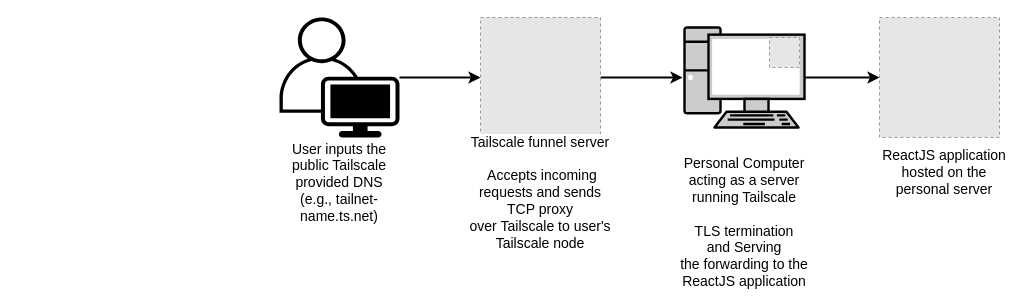
This is my-personal-website/tailscale_arch.drawio from karthikgk97/personal-website, a draw.io file, before an edit. Source tidied: cells renumbered, new cells numbered last; positions are measured from the earlier drawing's top-left corner, leaving out a move shared by most shapes. Both pictures are drawn from the tidied source at 100%, with x=0, y=0 at pixel (279, 17). Pictures stored in the file or linked from it are replaced by grey dashed boxes.
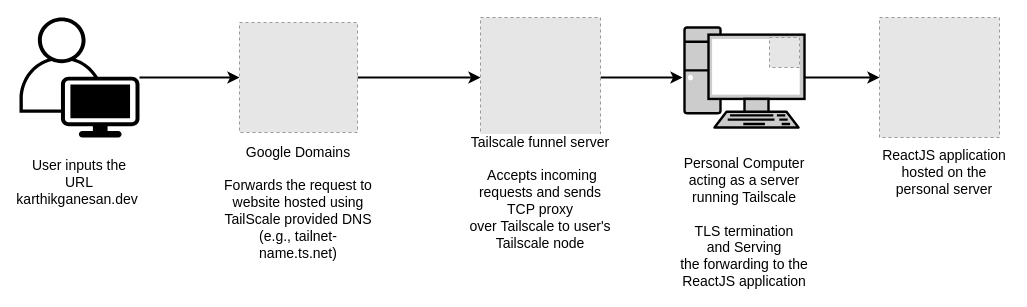
The same diagram, later.

Diff of the diagram source:
```diff
@@
 <mxGraphModel>
   <root>
     <mxCell id="0" />
     <mxCell id="1" parent="0" />
-    <mxCell id="2" style="edgeStyle=orthogonalEdgeStyle;rounded=0;jettySize=auto;html=1;entryX=0;entryY=0.5;entryDx=0;entryDy=0;strokeWidth=2;" parent="1" edge="1" source="3" target="6">
+    <mxCell id="2" style="edgeStyle=orthogonalEdgeStyle;rounded=0;jettySize=auto;html=1;entryX=0;entryY=0.5;entryDx=0;entryDy=0;strokeWidth=2;" parent="1" edge="1" source="15" target="6">
       <mxGeometry relative="1" as="geometry" />
     </mxCell>
     <mxCell id="3" style="points=[[0.35,0,0],[0.98,0.51,0],[1,0.71,0],[0.67,1,0],[0,0.795,0],[0,0.65,0]];verticalLabelPosition=bottom;sketch=0;html=1;verticalAlign=top;align=center;shape=mxgraph.cisco19.user;fillColor=#000000;strokeColor=none;strokeWidth=2;" parent="1" vertex="1">
-      <mxGeometry width="120" height="120" as="geometry" />
+      <mxGeometry x="-260" width="120" height="120" as="geometry" />
     </mxCell>
-    <mxCell id="4" value="User inputs the public Tailscale provided DNS (e.g., tailnet-name.ts.net)" style="text;html=1;strokeColor=none;fillColor=none;align=center;verticalAlign=middle;whiteSpace=wrap;rounded=0;fontSize=14;strokeWidth=2;" parent="1" vertex="1">
-      <mxGeometry y="150" width="120" height="30" as="geometry" />
+    <mxCell id="4" value="User inputs the URL karthikganesan.dev&amp;nbsp;" style="text;html=1;strokeColor=none;fillColor=none;align=center;verticalAlign=middle;whiteSpace=wrap;rounded=0;fontSize=14;strokeWidth=2;" parent="1" vertex="1">
+      <mxGeometry x="-260" y="150" width="120" height="30" as="geometry" />
     </mxCell>
     <mxCell id="5" style="edgeStyle=orthogonalEdgeStyle;rounded=0;jettySize=auto;html=1;entryX=-0.017;entryY=0.5;entryDx=0;entryDy=0;entryPerimeter=0;strokeWidth=2;" parent="1" edge="1" source="6">
       <mxGeometry relative="1" as="geometry">
         <mxPoint x="403" y="60" as="targetPoint" />
       </mxGeometry>
     </mxCell>
     <mxCell id="6" style="fillColor=#E6E6E6;strokeColor=#999999;dashed=1;verticalLabelPosition=bottom;labelBackgroundColor=default;verticalAlign=top;" parent="1" vertex="1">
       <mxGeometry x="201" width="120" height="120" as="geometry" />
     </mxCell>
     <mxCell id="7" value="&lt;span style=&quot;background-color: rgb(255, 255, 255); font-size: 14px;&quot;&gt;Tailscale funnel server&lt;br&gt;&lt;br&gt;&amp;nbsp;Accepts incoming requests&amp;nbsp;&lt;span style=&quot;border: 0px solid rgb(217, 217, 227); box-sizing: border-box; --tw-border-spacing-x:0; --tw-border-spacing-y:0; --tw-translate-x:0; --tw-translate-y:0; --tw-rotate:0; --tw-skew-x:0; --tw-skew-y:0; --tw-scale-x:1; --tw-scale-y:1; --tw-pan-x: ; --tw-pan-y: ; --tw-pinch-zoom: ; --tw-scroll-snap-strictness:proximity; --tw-gradient-from-position: ; --tw-gradient-via-position: ; --tw-gradient-to-position: ; --tw-ordinal: ; --tw-slashed-zero: ; --tw-numeric-figure: ; --tw-numeric-spacing: ; --tw-numeric-fraction: ; --tw-ring-inset: ; --tw-ring-offset-width:0px; --tw-ring-offset-color:#fff; --tw-ring-color:rgba(69,89,164,0.5); --tw-ring-offset-shadow:0 0 transparent; --tw-ring-shadow:0 0 transparent; --tw-shadow:0 0 transparent; --tw-shadow-colored:0 0 transparent; --tw-blur: ; --tw-brightness: ; --tw-contrast: ; --tw-grayscale: ; --tw-hue-rotate: ; --tw-invert: ; --tw-saturate: ; --tw-sepia: ; --tw-drop-shadow: ; --tw-backdrop-blur: ; --tw-backdrop-brightness: ; --tw-backdrop-contrast: ; --tw-backdrop-grayscale: ; --tw-backdrop-hue-rotate: ; --tw-backdrop-invert: ; --tw-backdrop-opacity: ; --tw-backdrop-saturate: ; --tw-backdrop-sepia: ; text-align: left;&quot; class=&quot;hljs-keyword&quot;&gt;and&lt;/span&gt;&lt;span style=&quot;text-align: left;&quot;&gt; sends TCP proxy over&amp;nbsp;Tailscale to use&lt;/span&gt;&lt;span style=&quot;border: 0px solid rgb(217, 217, 227); box-sizing: border-box; --tw-border-spacing-x:0; --tw-border-spacing-y:0; --tw-translate-x:0; --tw-translate-y:0; --tw-rotate:0; --tw-skew-x:0; --tw-skew-y:0; --tw-scale-x:1; --tw-scale-y:1; --tw-pan-x: ; --tw-pan-y: ; --tw-pinch-zoom: ; --tw-scroll-snap-strictness:proximity; --tw-gradient-from-position: ; --tw-gradient-via-position: ; --tw-gradient-to-position: ; --tw-ordinal: ; --tw-slashed-zero: ; --tw-numeric-figure: ; --tw-numeric-spacing: ; --tw-numeric-fraction: ; --tw-ring-inset: ; --tw-ring-offset-width:0px; --tw-ring-offset-color:#fff; --tw-ring-color:rgba(69,89,164,0.5); --tw-ring-offset-shadow:0 0 transparent; --tw-ring-shadow:0 0 transparent; --tw-shadow:0 0 transparent; --tw-shadow-colored:0 0 transparent; --tw-blur: ; --tw-brightness: ; --tw-contrast: ; --tw-grayscale: ; --tw-hue-rotate: ; --tw-invert: ; --tw-saturate: ; --tw-sepia: ; --tw-drop-shadow: ; --tw-backdrop-blur: ; --tw-backdrop-brightness: ; --tw-backdrop-contrast: ; --tw-backdrop-grayscale: ; --tw-backdrop-hue-rotate: ; --tw-backdrop-invert: ; --tw-backdrop-opacity: ; --tw-backdrop-saturate: ; --tw-backdrop-sepia: ; text-align: left;&quot; class=&quot;hljs-string&quot;&gt;r's Tailscale&amp;nbsp;node     &lt;/span&gt;&lt;/span&gt;" style="text;html=1;strokeColor=none;fillColor=none;align=center;verticalAlign=middle;whiteSpace=wrap;rounded=0;strokeWidth=2;" parent="1" vertex="1">
       <mxGeometry x="186" y="160" width="150" height="30" as="geometry" />
     </mxCell>
     <mxCell id="8" value="&lt;font style=&quot;font-size: 14px;&quot;&gt;Personal Computer acting as a server running Tailscale&lt;br&gt;&lt;br&gt;TLS termination &lt;span style=&quot;border: 0px solid rgb(217, 217, 227); box-sizing: border-box; --tw-border-spacing-x:0; --tw-border-spacing-y:0; --tw-translate-x:0; --tw-translate-y:0; --tw-rotate:0; --tw-skew-x:0; --tw-skew-y:0; --tw-scale-x:1; --tw-scale-y:1; --tw-pan-x: ; --tw-pan-y: ; --tw-pinch-zoom: ; --tw-scroll-snap-strictness:proximity; --tw-gradient-from-position: ; --tw-gradient-via-position: ; --tw-gradient-to-position: ; --tw-ordinal: ; --tw-slashed-zero: ; --tw-numeric-figure: ; --tw-numeric-spacing: ; --tw-numeric-fraction: ; --tw-ring-inset: ; --tw-ring-offset-width:0px; --tw-ring-offset-color:#fff; --tw-ring-color:rgba(69,89,164,0.5); --tw-ring-offset-shadow:0 0 transparent; --tw-ring-shadow:0 0 transparent; --tw-shadow:0 0 transparent; --tw-shadow-colored:0 0 transparent; --tw-blur: ; --tw-brightness: ; --tw-contrast: ; --tw-grayscale: ; --tw-hue-rotate: ; --tw-invert: ; --tw-saturate: ; --tw-sepia: ; --tw-drop-shadow: ; --tw-backdrop-blur: ; --tw-backdrop-brightness: ; --tw-backdrop-contrast: ; --tw-backdrop-grayscale: ; --tw-backdrop-hue-rotate: ; --tw-backdrop-invert: ; --tw-backdrop-opacity: ; --tw-backdrop-saturate: ; --tw-backdrop-sepia: ; text-align: left;&quot; class=&quot;hljs-keyword&quot;&gt;and&lt;/span&gt;&lt;span style=&quot;text-align: left;&quot;&gt;&amp;nbsp;Serving the&amp;nbsp;forwarding to the ReactJS application&lt;/span&gt;&lt;br&gt;&lt;/font&gt;" style="text;html=1;strokeColor=none;fillColor=none;align=center;verticalAlign=middle;whiteSpace=wrap;rounded=0;strokeWidth=2;" parent="1" vertex="1">
       <mxGeometry x="400" y="190" width="130" height="30" as="geometry" />
     </mxCell>
     <mxCell id="9" style="fillColor=#E6E6E6;strokeColor=#999999;dashed=1;html=1;verticalAlign=top;verticalLabelPosition=bottom;labelBackgroundColor=#ffffff;" parent="1" vertex="1">
       <mxGeometry x="600" width="120" height="120" as="geometry" />
     </mxCell>
     <mxCell id="10" value="&lt;font style=&quot;font-size: 14px;&quot;&gt;ReactJS application hosted on the personal server&lt;/font&gt;" style="text;html=1;strokeColor=none;fillColor=none;align=center;verticalAlign=middle;whiteSpace=wrap;rounded=0;strokeWidth=2;" parent="1" vertex="1">
       <mxGeometry x="600" y="140" width="130" height="30" as="geometry" />
     </mxCell>
     <mxCell id="11" style="edgeStyle=orthogonalEdgeStyle;rounded=0;jettySize=auto;html=1;entryX=0;entryY=0.5;entryDx=0;entryDy=0;strokeWidth=2;" parent="1" edge="1" source="12" target="9">
       <mxGeometry relative="1" as="geometry" />
     </mxCell>
     <mxCell id="12" style="fontColor=#0066CC;verticalAlign=top;verticalLabelPosition=bottom;labelPosition=center;align=center;html=1;outlineConnect=0;fillColor=#CCCCCC;strokeColor=#000000;gradientColor=none;gradientDirection=north;strokeWidth=2;shape=mxgraph.networks.pc;" parent="1" vertex="1">
       <mxGeometry x="405" y="10" width="120" height="100" as="geometry" />
     </mxCell>
     <mxCell id="13" style="fillColor=#E6E6E6;strokeColor=#999999;dashed=1;verticalLabelPosition=bottom;labelBackgroundColor=default;verticalAlign=top;rotation=0;" parent="1" vertex="1">
       <mxGeometry x="490" y="20" width="30" height="30" as="geometry" />
     </mxCell>
+    <mxCell id="14" style="edgeStyle=orthogonalEdgeStyle;rounded=0;jettySize=auto;html=1;entryX=0;entryY=0.5;entryDx=0;entryDy=0;strokeWidth=2;" parent="1" edge="1" source="3" target="15">
+      <mxGeometry relative="1" as="geometry" />
+    </mxCell>
+    <mxCell id="15" style="fillColor=#E6E6E6;strokeColor=#999999;dashed=1;verticalLabelPosition=bottom;labelBackgroundColor=default;verticalAlign=top;" parent="1" vertex="1">
+      <mxGeometry x="-40" y="5" width="118" height="110" as="geometry" />
+    </mxCell>
+    <mxCell id="16" value="Google Domains &lt;br&gt;&lt;br&gt;Forwards the request to website hosted using TailScale provided DNS (e.g., tailnet-name.ts.net)" style="text;html=1;strokeColor=none;fillColor=none;align=center;verticalAlign=middle;whiteSpace=wrap;rounded=0;fontSize=14;" parent="1" vertex="1">
+      <mxGeometry x="-56" y="170" width="150" height="30" as="geometry" />
+    </mxCell>
   </root>
 </mxGraphModel>
```
